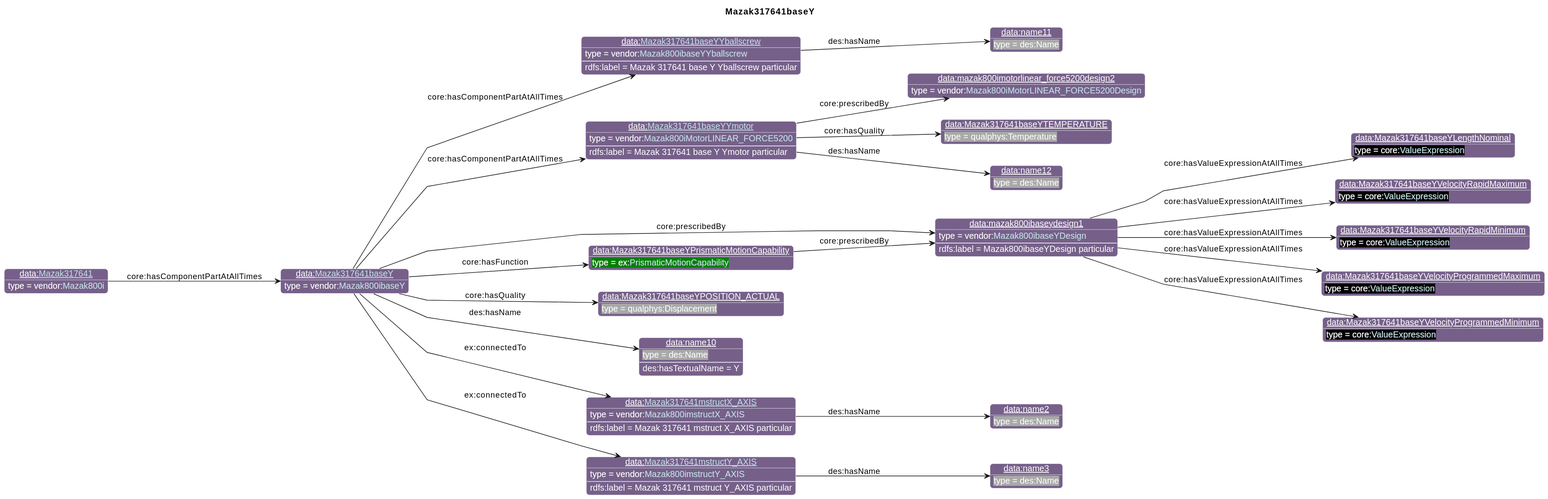
This is diagrams/Mazak317641baseY.svg from iofoundry/example-syseng-mtconnect, a PlantUML export, as it was before one commit.
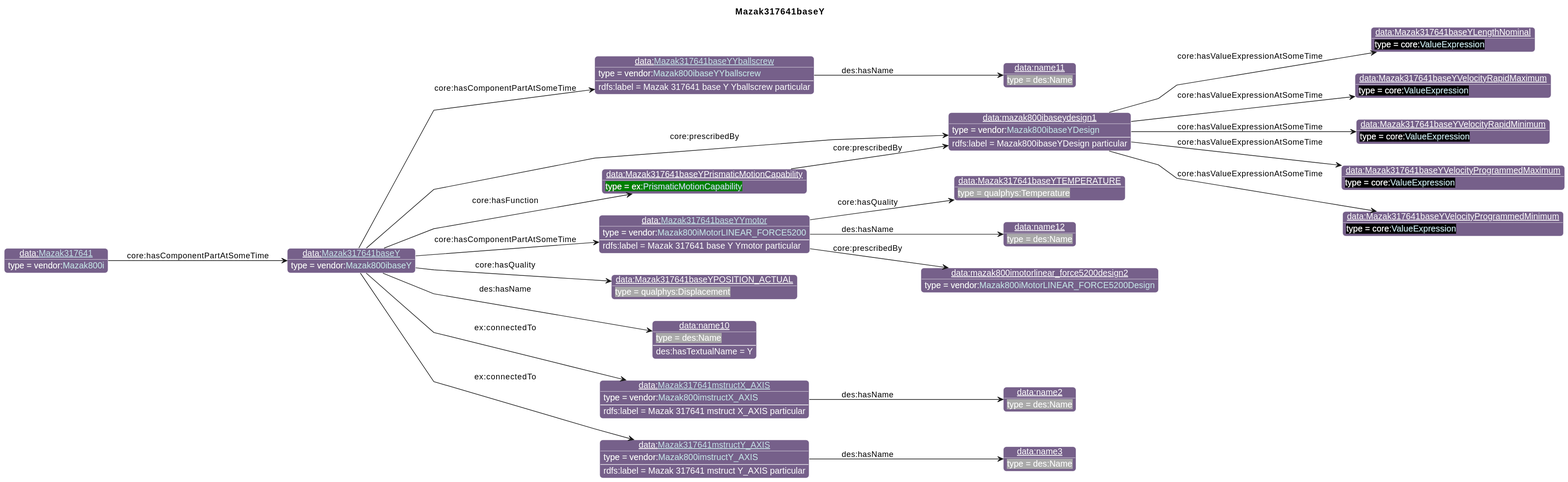
The same diagram one commit later.

Change to the diagram source:
```diff
@@ -26,18 +26,18 @@
                       "qp":"641B2E"
       }
 individual(o0, data:[[./Mazak317641baseY.html Mazak317641baseY]], vendor:[[../Mazak.html#Mazak800ibaseY Mazak800ibaseY]])
-individual(o1, data:[[./Mazak317641baseYYballscrew.html Mazak317641baseYYballscrew]], vendor:[[../Mazak.html#Mazak800ibaseYYballscrew Mazak800ibaseYYballscrew]])
-individual(o2, data:name11, des:Name)
-individual(o3, data:[[./Mazak317641baseYYmotor.html Mazak317641baseYYmotor]], vendor:[[../Mazak.html#Mazak800iMotorLINEAR_FORCE5200 Mazak800iMotorLINEAR_FORCE5200]])
-individual(o4, data:mazak800imotorlinear_force5200design2, vendor:[[../Mazak.html#Mazak800iMotorLINEAR_FORCE5200Design Mazak800iMotorLINEAR_FORCE5200Design]])
-individual(o5, data:Mazak317641baseYTEMPERATURE, qualphys:Temperature)
-individual(o6, data:name12, des:Name)
-individual(o7, data:mazak800ibaseydesign1, vendor:[[../Mazak.html#Mazak800ibaseYDesign Mazak800ibaseYDesign]])
-individual(o8, data:Mazak317641baseYLengthNominal, core:[[https://spec.industrialontologies.org/ontology/core/Core/ValueExpression ValueExpression]])
-individual(o9, data:Mazak317641baseYVelocityRapidMaximum, core:[[https://spec.industrialontologies.org/ontology/core/Core/ValueExpression ValueExpression]])
-individual(o10, data:Mazak317641baseYVelocityRapidMinimum, core:[[https://spec.industrialontologies.org/ontology/core/Core/ValueExpression ValueExpression]])
-individual(o11, data:Mazak317641baseYVelocityProgrammedMaximum, core:[[https://spec.industrialontologies.org/ontology/core/Core/ValueExpression ValueExpression]])
-individual(o12, data:Mazak317641baseYVelocityProgrammedMinimum, core:[[https://spec.industrialontologies.org/ontology/core/Core/ValueExpression ValueExpression]])
+individual(o1, data:mazak800ibaseydesign1, vendor:[[../Mazak.html#Mazak800ibaseYDesign Mazak800ibaseYDesign]])
+individual(o2, data:Mazak317641baseYLengthNominal, core:[[https://spec.industrialontologies.org/ontology/core/Core/ValueExpression ValueExpression]])
+individual(o3, data:Mazak317641baseYVelocityRapidMaximum, core:[[https://spec.industrialontologies.org/ontology/core/Core/ValueExpression ValueExpression]])
+individual(o4, data:Mazak317641baseYVelocityRapidMinimum, core:[[https://spec.industrialontologies.org/ontology/core/Core/ValueExpression ValueExpression]])
+individual(o5, data:Mazak317641baseYVelocityProgrammedMaximum, core:[[https://spec.industrialontologies.org/ontology/core/Core/ValueExpression ValueExpression]])
+individual(o6, data:Mazak317641baseYVelocityProgrammedMinimum, core:[[https://spec.industrialontologies.org/ontology/core/Core/ValueExpression ValueExpression]])
+individual(o7, data:[[./Mazak317641baseYYballscrew.html Mazak317641baseYYballscrew]], vendor:[[../Mazak.html#Mazak800ibaseYYballscrew Mazak800ibaseYYballscrew]])
+individual(o8, data:name11, des:Name)
+individual(o9, data:[[./Mazak317641baseYYmotor.html Mazak317641baseYYmotor]], vendor:[[../Mazak.html#Mazak800iMotorLINEAR_FORCE5200 Mazak800iMotorLINEAR_FORCE5200]])
+individual(o10, data:mazak800imotorlinear_force5200design2, vendor:[[../Mazak.html#Mazak800iMotorLINEAR_FORCE5200Design Mazak800iMotorLINEAR_FORCE5200Design]])
+individual(o11, data:Mazak317641baseYTEMPERATURE, qualphys:Temperature)
+individual(o12, data:name12, des:Name)
 individual(o13, data:Mazak317641baseYPrismaticMotionCapability, ex:[[../Example.html#PrismaticMotionCapability PrismaticMotionCapability]])
 individual(o14, data:Mazak317641baseYPOSITION_ACTUAL, qualphys:Displacement)
 individual(o15, data:name10, des:Name)
@@ -46,23 +46,23 @@
 individual(o18, data:[[./Mazak317641mstructY_AXIS.html Mazak317641mstructY_AXIS]], vendor:[[../Mazak.html#Mazak800imstructY_AXIS Mazak800imstructY_AXIS]])
 individual(o19, data:name3, des:Name)
 individual(o20, data:[[./Mazak317641.html Mazak317641]], vendor:[[../Mazak.html#Mazak800i Mazak800i]])
-property(o0, "core:hasComponentPartAtAllTimes", o1)
-data(o1, "rdfs:label", "Mazak 317641 base Y Yballscrew particular")
-property(o1, "des:hasName", o2)
-property(o0, "core:hasComponentPartAtAllTimes", o3)
-data(o3, "rdfs:label", "Mazak 317641 base Y Ymotor particular")
-property(o3, "core:prescribedBy", o4)
-property(o3, "core:hasQuality", o5)
-property(o3, "des:hasName", o6)
-property(o0, "core:prescribedBy", o7)
-data(o7, "rdfs:label", "Mazak800ibaseYDesign particular")
-property(o7, "core:hasValueExpressionAtAllTimes", o8)
-property(o7, "core:hasValueExpressionAtAllTimes", o9)
-property(o7, "core:hasValueExpressionAtAllTimes", o10)
-property(o7, "core:hasValueExpressionAtAllTimes", o11)
-property(o7, "core:hasValueExpressionAtAllTimes", o12)
+property(o0, "core:prescribedBy", o1)
+data(o1, "rdfs:label", "Mazak800ibaseYDesign particular")
+property(o1, "core:hasValueExpressionAtSomeTime", o2)
+property(o1, "core:hasValueExpressionAtSomeTime", o3)
+property(o1, "core:hasValueExpressionAtSomeTime", o4)
+property(o1, "core:hasValueExpressionAtSomeTime", o5)
+property(o1, "core:hasValueExpressionAtSomeTime", o6)
+property(o0, "core:hasComponentPartAtSomeTime", o7)
+data(o7, "rdfs:label", "Mazak 317641 base Y Yballscrew particular")
+property(o7, "des:hasName", o8)
+property(o0, "core:hasComponentPartAtSomeTime", o9)
+data(o9, "rdfs:label", "Mazak 317641 base Y Ymotor particular")
+property(o9, "core:prescribedBy", o10)
+property(o9, "core:hasQuality", o11)
+property(o9, "des:hasName", o12)
 property(o0, "core:hasFunction", o13)
-property(o13, "core:prescribedBy", o7)
+property(o13, "core:prescribedBy", o1)
 property(o0, "core:hasQuality", o14)
 property(o0, "des:hasName", o15)
 data(o15, "des:hasTextualName", "Y")
@@ -72,5 +72,5 @@
 property(o0, "ex:connectedTo", o18)
 data(o18, "rdfs:label", "Mazak 317641 mstruct Y_AXIS particular")
 property(o18, "des:hasName", o19)
-property(o20, "core:hasComponentPartAtAllTimes", o0)
+property(o20, "core:hasComponentPartAtSomeTime", o0)
 @enduml
```
